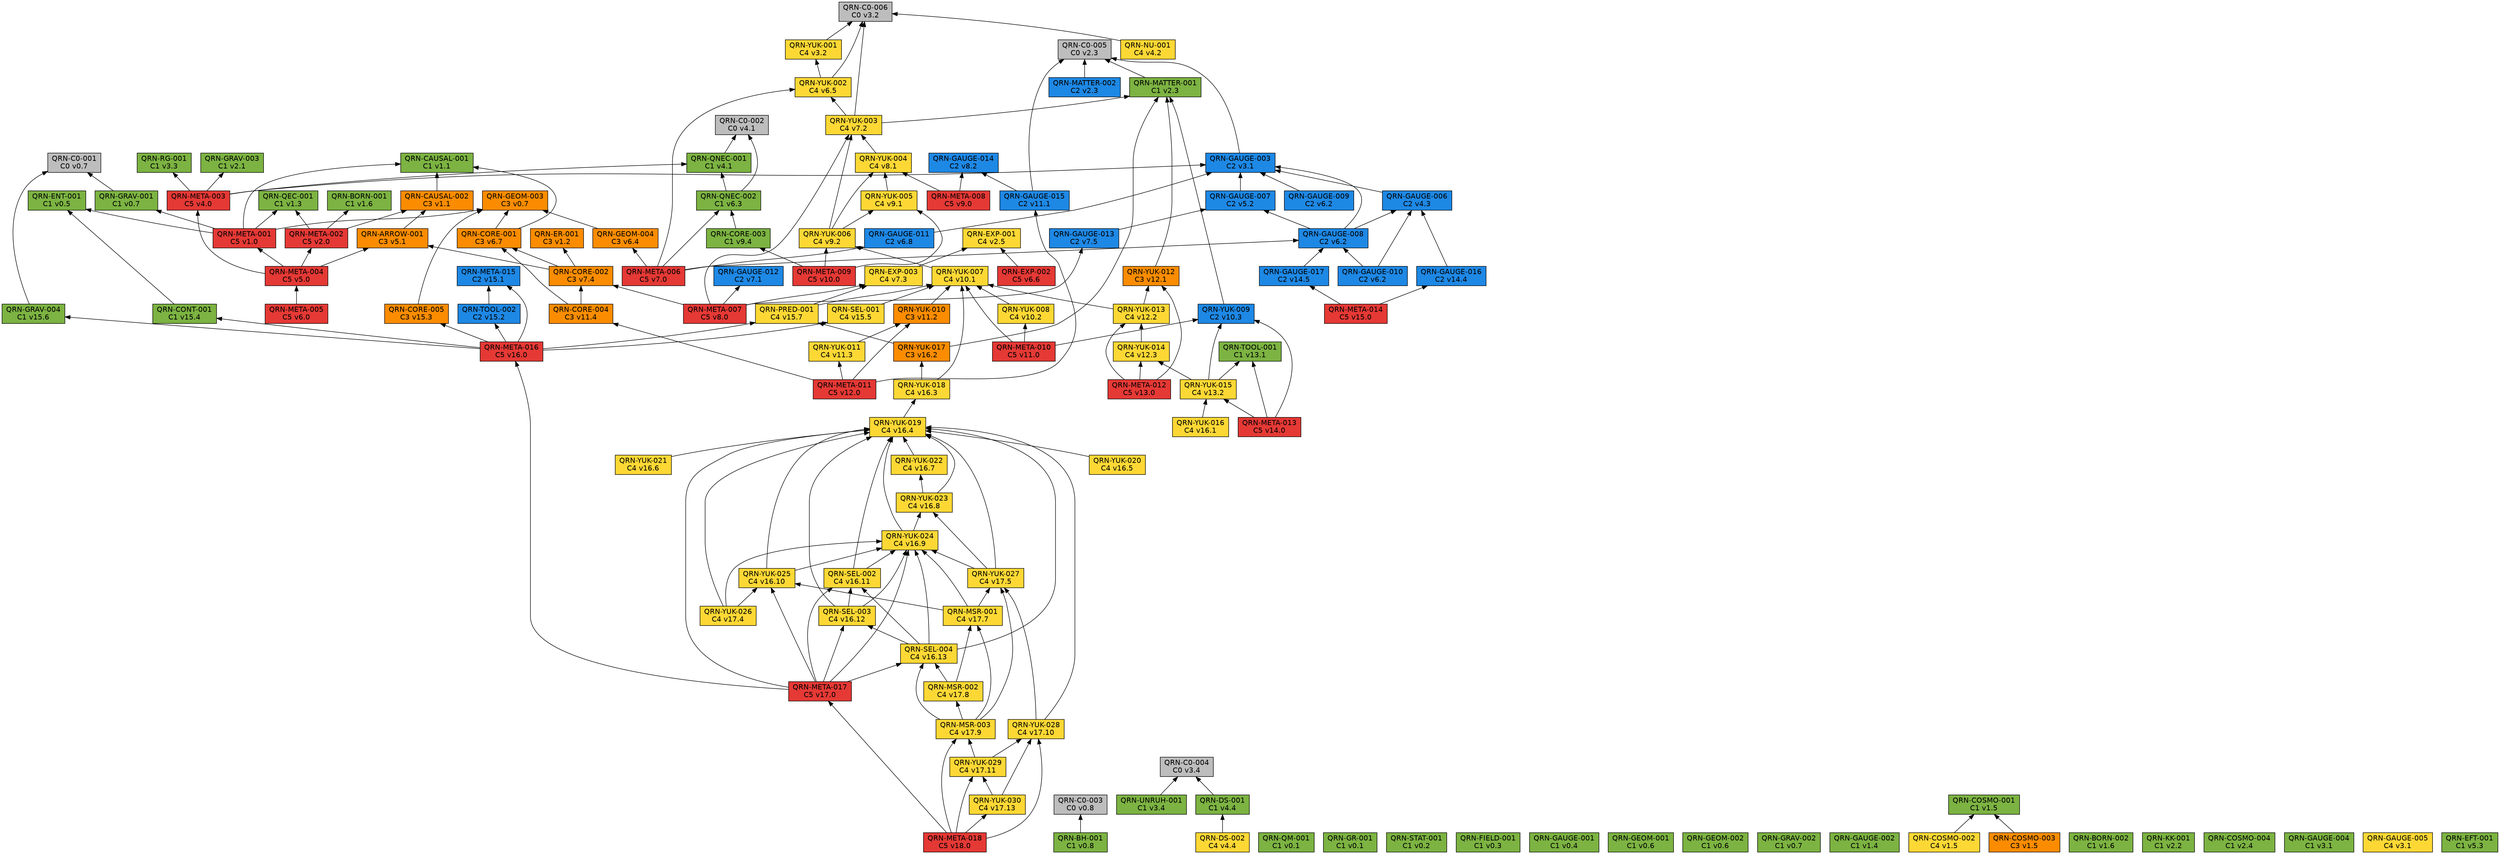
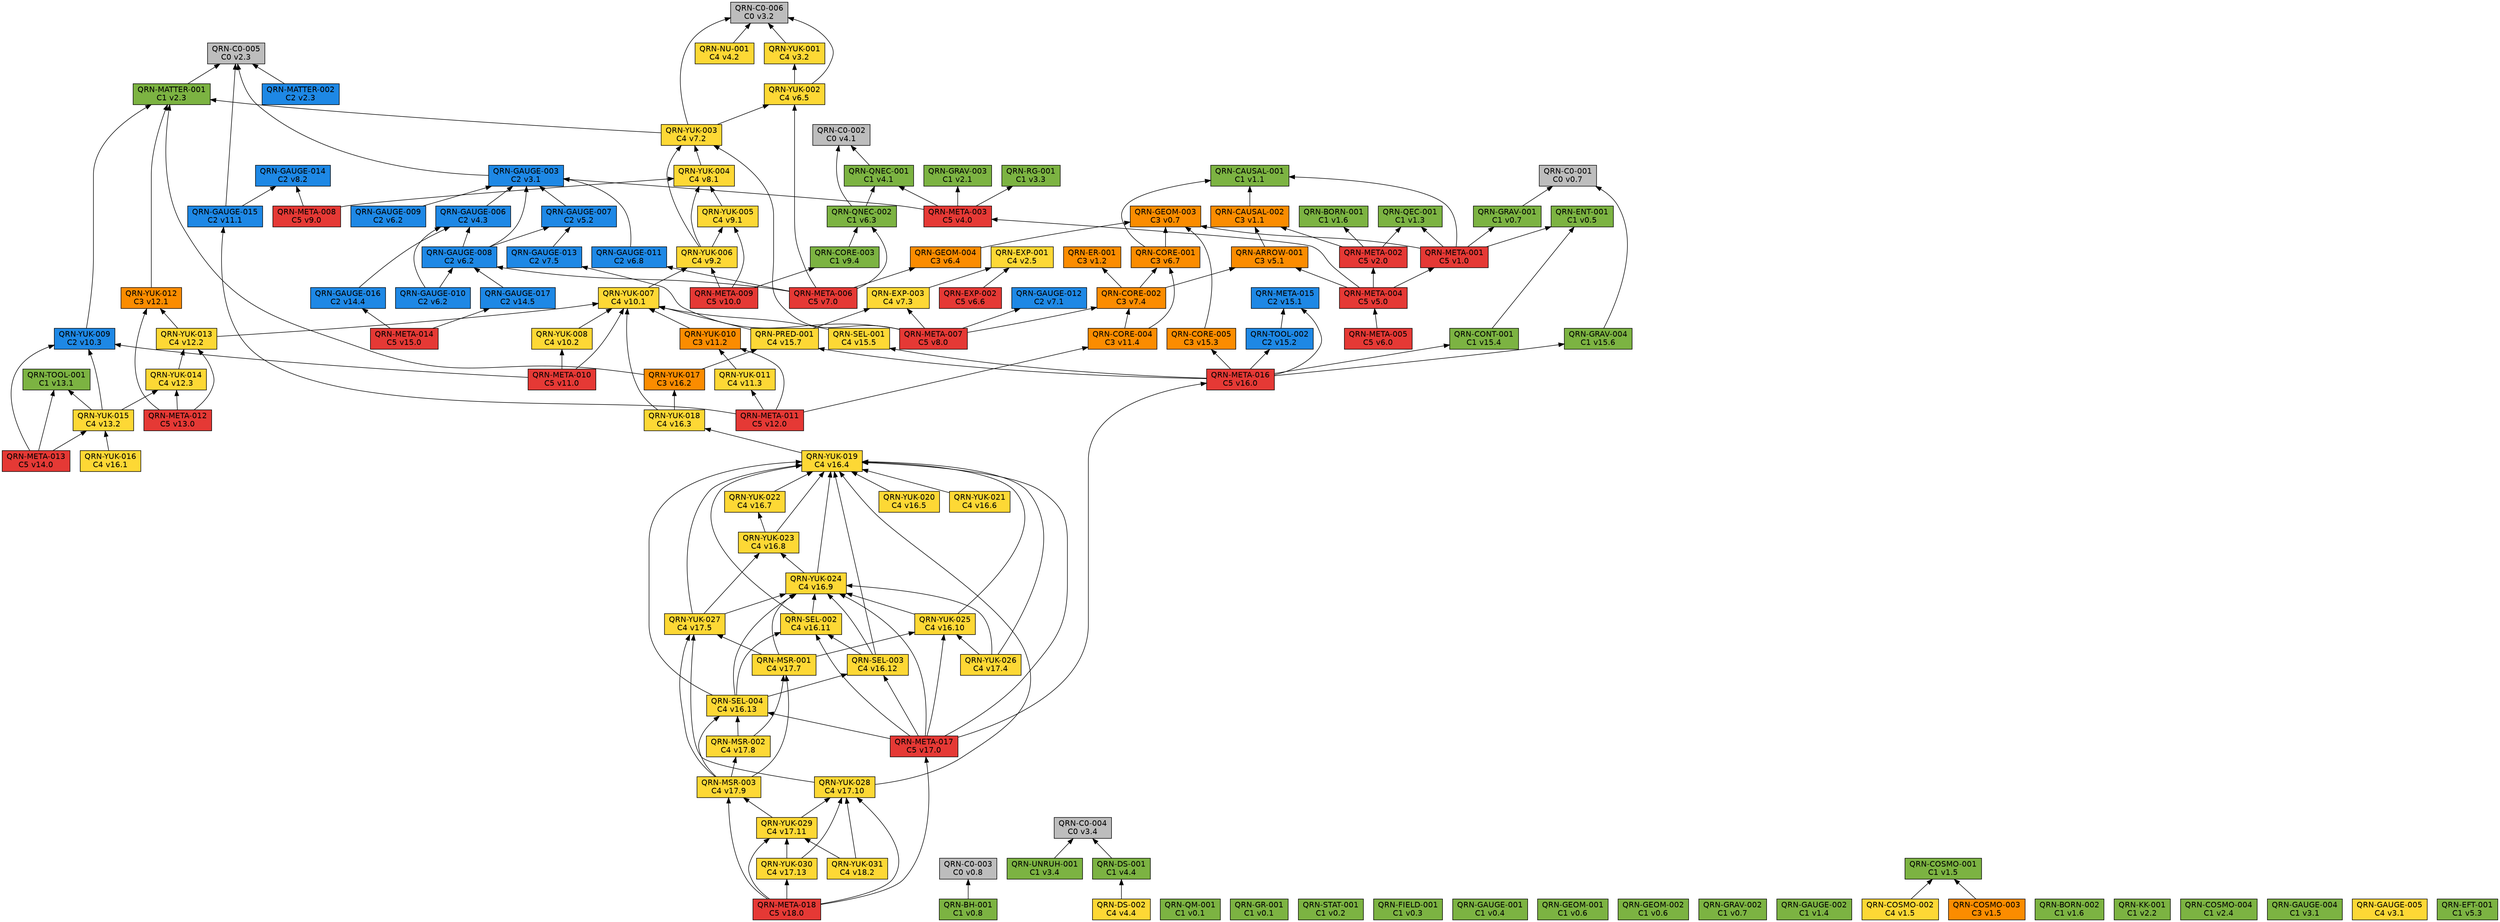
// 自動生成 (dag/report.pl) — QRN 主張依存グラフ
digraph qrn {
  rankdir=BT;
  node [shape=box, style=filled, fontname="Helvetica"];
  "QRN-C0-001" [fillcolor="#bdbdbd", label="QRN-C0-001\nC0 v0.7"];
  "QRN-C0-002" [fillcolor="#bdbdbd", label="QRN-C0-002\nC0 v4.1"];
  "QRN-C0-003" [fillcolor="#bdbdbd", label="QRN-C0-003\nC0 v0.8"];
  "QRN-C0-004" [fillcolor="#bdbdbd", label="QRN-C0-004\nC0 v3.4"];
  "QRN-C0-005" [fillcolor="#bdbdbd", label="QRN-C0-005\nC0 v2.3"];
  "QRN-C0-006" [fillcolor="#bdbdbd", label="QRN-C0-006\nC0 v3.2"];
  "QRN-QM-001" [fillcolor="#7cb342", label="QRN-QM-001\nC1 v0.1"];
  "QRN-GR-001" [fillcolor="#7cb342", label="QRN-GR-001\nC1 v0.1"];
  "QRN-STAT-001" [fillcolor="#7cb342", label="QRN-STAT-001\nC1 v0.2"];
  "QRN-FIELD-001" [fillcolor="#7cb342", label="QRN-FIELD-001\nC1 v0.3"];
  "QRN-GAUGE-001" [fillcolor="#7cb342", label="QRN-GAUGE-001\nC1 v0.4"];
  "QRN-ENT-001" [fillcolor="#7cb342", label="QRN-ENT-001\nC1 v0.5"];
  "QRN-GEOM-001" [fillcolor="#7cb342", label="QRN-GEOM-001\nC1 v0.6"];
  "QRN-GEOM-002" [fillcolor="#7cb342", label="QRN-GEOM-002\nC1 v0.6"];
  "QRN-GEOM-003" [fillcolor="#fb8c00", label="QRN-GEOM-003\nC3 v0.7"];
  "QRN-GRAV-001" [fillcolor="#7cb342", label="QRN-GRAV-001\nC1 v0.7"];
  "QRN-GRAV-002" [fillcolor="#7cb342", label="QRN-GRAV-002\nC1 v0.7"];
  "QRN-BH-001" [fillcolor="#7cb342", label="QRN-BH-001\nC1 v0.8"];
  "QRN-CAUSAL-001" [fillcolor="#7cb342", label="QRN-CAUSAL-001\nC1 v1.1"];
  "QRN-CAUSAL-002" [fillcolor="#fb8c00", label="QRN-CAUSAL-002\nC3 v1.1"];
  "QRN-ER-001" [fillcolor="#fb8c00", label="QRN-ER-001\nC3 v1.2"];
  "QRN-QEC-001" [fillcolor="#7cb342", label="QRN-QEC-001\nC1 v1.3"];
  "QRN-GAUGE-002" [fillcolor="#7cb342", label="QRN-GAUGE-002\nC1 v1.4"];
  "QRN-COSMO-001" [fillcolor="#7cb342", label="QRN-COSMO-001\nC1 v1.5"];
  "QRN-COSMO-002" [fillcolor="#fdd835", label="QRN-COSMO-002\nC4 v1.5"];
  "QRN-COSMO-003" [fillcolor="#fb8c00", label="QRN-COSMO-003\nC3 v1.5"];
  "QRN-BORN-001" [fillcolor="#7cb342", label="QRN-BORN-001\nC1 v1.6"];
  "QRN-BORN-002" [fillcolor="#7cb342", label="QRN-BORN-002\nC1 v1.6"];
  "QRN-GRAV-003" [fillcolor="#7cb342", label="QRN-GRAV-003\nC1 v2.1"];
  "QRN-KK-001" [fillcolor="#7cb342", label="QRN-KK-001\nC1 v2.2"];
  "QRN-MATTER-001" [fillcolor="#7cb342", label="QRN-MATTER-001\nC1 v2.3"];
  "QRN-MATTER-002" [fillcolor="#1e88e5", label="QRN-MATTER-002\nC2 v2.3"];
  "QRN-COSMO-004" [fillcolor="#7cb342", label="QRN-COSMO-004\nC1 v2.4"];
  "QRN-EXP-001" [fillcolor="#fdd835", label="QRN-EXP-001\nC4 v2.5"];
  "QRN-GAUGE-003" [fillcolor="#1e88e5", label="QRN-GAUGE-003\nC2 v3.1"];
  "QRN-GAUGE-004" [fillcolor="#7cb342", label="QRN-GAUGE-004\nC1 v3.1"];
  "QRN-GAUGE-005" [fillcolor="#fdd835", label="QRN-GAUGE-005\nC4 v3.1"];
  "QRN-YUK-001" [fillcolor="#fdd835", label="QRN-YUK-001\nC4 v3.2"];
  "QRN-RG-001" [fillcolor="#7cb342", label="QRN-RG-001\nC1 v3.3"];
  "QRN-UNRUH-001" [fillcolor="#7cb342", label="QRN-UNRUH-001\nC1 v3.4"];
  "QRN-QNEC-001" [fillcolor="#7cb342", label="QRN-QNEC-001\nC1 v4.1"];
  "QRN-NU-001" [fillcolor="#fdd835", label="QRN-NU-001\nC4 v4.2"];
  "QRN-GAUGE-006" [fillcolor="#1e88e5", label="QRN-GAUGE-006\nC2 v4.3"];
  "QRN-DS-001" [fillcolor="#7cb342", label="QRN-DS-001\nC1 v4.4"];
  "QRN-DS-002" [fillcolor="#fdd835", label="QRN-DS-002\nC4 v4.4"];
  "QRN-ARROW-001" [fillcolor="#fb8c00", label="QRN-ARROW-001\nC3 v5.1"];
  "QRN-GAUGE-007" [fillcolor="#1e88e5", label="QRN-GAUGE-007\nC2 v5.2"];
  "QRN-EFT-001" [fillcolor="#7cb342", label="QRN-EFT-001\nC1 v5.3"];
  "QRN-GAUGE-008" [fillcolor="#1e88e5", label="QRN-GAUGE-008\nC2 v6.2"];
  "QRN-GAUGE-009" [fillcolor="#1e88e5", label="QRN-GAUGE-009\nC2 v6.2"];
  "QRN-GAUGE-010" [fillcolor="#1e88e5", label="QRN-GAUGE-010\nC2 v6.2"];
  "QRN-QNEC-002" [fillcolor="#7cb342", label="QRN-QNEC-002\nC1 v6.3"];
  "QRN-GEOM-004" [fillcolor="#fb8c00", label="QRN-GEOM-004\nC3 v6.4"];
  "QRN-YUK-002" [fillcolor="#fdd835", label="QRN-YUK-002\nC4 v6.5"];
  "QRN-EXP-002" [fillcolor="#e53935", label="QRN-EXP-002\nC5 v6.6"];
  "QRN-CORE-001" [fillcolor="#fb8c00", label="QRN-CORE-001\nC3 v6.7"];
  "QRN-GAUGE-011" [fillcolor="#1e88e5", label="QRN-GAUGE-011\nC2 v6.8"];
  "QRN-GAUGE-012" [fillcolor="#1e88e5", label="QRN-GAUGE-012\nC2 v7.1"];
  "QRN-YUK-003" [fillcolor="#fdd835", label="QRN-YUK-003\nC4 v7.2"];
  "QRN-EXP-003" [fillcolor="#fdd835", label="QRN-EXP-003\nC4 v7.3"];
  "QRN-CORE-002" [fillcolor="#fb8c00", label="QRN-CORE-002\nC3 v7.4"];
  "QRN-GAUGE-013" [fillcolor="#1e88e5", label="QRN-GAUGE-013\nC2 v7.5"];
  "QRN-YUK-004" [fillcolor="#fdd835", label="QRN-YUK-004\nC4 v8.1"];
  "QRN-GAUGE-014" [fillcolor="#1e88e5", label="QRN-GAUGE-014\nC2 v8.2"];
  "QRN-META-001" [fillcolor="#e53935", label="QRN-META-001\nC5 v1.0"];
  "QRN-META-002" [fillcolor="#e53935", label="QRN-META-002\nC5 v2.0"];
  "QRN-META-003" [fillcolor="#e53935", label="QRN-META-003\nC5 v4.0"];
  "QRN-META-004" [fillcolor="#e53935", label="QRN-META-004\nC5 v5.0"];
  "QRN-META-005" [fillcolor="#e53935", label="QRN-META-005\nC5 v6.0"];
  "QRN-META-006" [fillcolor="#e53935", label="QRN-META-006\nC5 v7.0"];
  "QRN-META-007" [fillcolor="#e53935", label="QRN-META-007\nC5 v8.0"];
  "QRN-META-008" [fillcolor="#e53935", label="QRN-META-008\nC5 v9.0"];
  "QRN-YUK-005" [fillcolor="#fdd835", label="QRN-YUK-005\nC4 v9.1"];
  "QRN-YUK-006" [fillcolor="#fdd835", label="QRN-YUK-006\nC4 v9.2"];
  "QRN-CORE-003" [fillcolor="#7cb342", label="QRN-CORE-003\nC1 v9.4"];
  "QRN-META-009" [fillcolor="#e53935", label="QRN-META-009\nC5 v10.0"];
  "QRN-YUK-007" [fillcolor="#fdd835", label="QRN-YUK-007\nC4 v10.1"];
  "QRN-YUK-008" [fillcolor="#fdd835", label="QRN-YUK-008\nC4 v10.2"];
  "QRN-YUK-009" [fillcolor="#1e88e5", label="QRN-YUK-009\nC2 v10.3"];
  "QRN-META-010" [fillcolor="#e53935", label="QRN-META-010\nC5 v11.0"];
  "QRN-GAUGE-015" [fillcolor="#1e88e5", label="QRN-GAUGE-015\nC2 v11.1"];
  "QRN-YUK-010" [fillcolor="#fb8c00", label="QRN-YUK-010\nC3 v11.2"];
  "QRN-YUK-011" [fillcolor="#fdd835", label="QRN-YUK-011\nC4 v11.3"];
  "QRN-CORE-004" [fillcolor="#fb8c00", label="QRN-CORE-004\nC3 v11.4"];
  "QRN-META-011" [fillcolor="#e53935", label="QRN-META-011\nC5 v12.0"];
  "QRN-YUK-012" [fillcolor="#fb8c00", label="QRN-YUK-012\nC3 v12.1"];
  "QRN-YUK-013" [fillcolor="#fdd835", label="QRN-YUK-013\nC4 v12.2"];
  "QRN-YUK-014" [fillcolor="#fdd835", label="QRN-YUK-014\nC4 v12.3"];
  "QRN-META-012" [fillcolor="#e53935", label="QRN-META-012\nC5 v13.0"];
  "QRN-TOOL-001" [fillcolor="#7cb342", label="QRN-TOOL-001\nC1 v13.1"];
  "QRN-YUK-015" [fillcolor="#fdd835", label="QRN-YUK-015\nC4 v13.2"];
  "QRN-META-013" [fillcolor="#e53935", label="QRN-META-013\nC5 v14.0"];
  "QRN-GAUGE-016" [fillcolor="#1e88e5", label="QRN-GAUGE-016\nC2 v14.4"];
  "QRN-GAUGE-017" [fillcolor="#1e88e5", label="QRN-GAUGE-017\nC2 v14.5"];
  "QRN-META-014" [fillcolor="#e53935", label="QRN-META-014\nC5 v15.0"];
  "QRN-META-015" [fillcolor="#1e88e5", label="QRN-META-015\nC2 v15.1"];
  "QRN-TOOL-002" [fillcolor="#1e88e5", label="QRN-TOOL-002\nC2 v15.2"];
  "QRN-CORE-005" [fillcolor="#fb8c00", label="QRN-CORE-005\nC3 v15.3"];
  "QRN-CONT-001" [fillcolor="#7cb342", label="QRN-CONT-001\nC1 v15.4"];
  "QRN-SEL-001" [fillcolor="#fdd835", label="QRN-SEL-001\nC4 v15.5"];
  "QRN-GRAV-004" [fillcolor="#7cb342", label="QRN-GRAV-004\nC1 v15.6"];
  "QRN-PRED-001" [fillcolor="#fdd835", label="QRN-PRED-001\nC4 v15.7"];
  "QRN-META-016" [fillcolor="#e53935", label="QRN-META-016\nC5 v16.0"];
  "QRN-YUK-016" [fillcolor="#fdd835", label="QRN-YUK-016\nC4 v16.1"];
  "QRN-YUK-017" [fillcolor="#fb8c00", label="QRN-YUK-017\nC3 v16.2"];
  "QRN-YUK-018" [fillcolor="#fdd835", label="QRN-YUK-018\nC4 v16.3"];
  "QRN-YUK-019" [fillcolor="#fdd835", label="QRN-YUK-019\nC4 v16.4"];
  "QRN-YUK-020" [fillcolor="#fdd835", label="QRN-YUK-020\nC4 v16.5"];
  "QRN-YUK-021" [fillcolor="#fdd835", label="QRN-YUK-021\nC4 v16.6"];
  "QRN-YUK-022" [fillcolor="#fdd835", label="QRN-YUK-022\nC4 v16.7"];
  "QRN-YUK-023" [fillcolor="#fdd835", label="QRN-YUK-023\nC4 v16.8"];
  "QRN-YUK-024" [fillcolor="#fdd835", label="QRN-YUK-024\nC4 v16.9"];
  "QRN-YUK-025" [fillcolor="#fdd835", label="QRN-YUK-025\nC4 v16.10"];
  "QRN-SEL-002" [fillcolor="#fdd835", label="QRN-SEL-002\nC4 v16.11"];
  "QRN-SEL-003" [fillcolor="#fdd835", label="QRN-SEL-003\nC4 v16.12"];
  "QRN-SEL-004" [fillcolor="#fdd835", label="QRN-SEL-004\nC4 v16.13"];
  "QRN-META-017" [fillcolor="#e53935", label="QRN-META-017\nC5 v17.0"];
  "QRN-YUK-026" [fillcolor="#fdd835", label="QRN-YUK-026\nC4 v17.4"];
  "QRN-YUK-027" [fillcolor="#fdd835", label="QRN-YUK-027\nC4 v17.5"];
  "QRN-MSR-001" [fillcolor="#fdd835", label="QRN-MSR-001\nC4 v17.7"];
  "QRN-MSR-002" [fillcolor="#fdd835", label="QRN-MSR-002\nC4 v17.8"];
  "QRN-MSR-003" [fillcolor="#fdd835", label="QRN-MSR-003\nC4 v17.9"];
  "QRN-YUK-028" [fillcolor="#fdd835", label="QRN-YUK-028\nC4 v17.10"];
  "QRN-YUK-029" [fillcolor="#fdd835", label="QRN-YUK-029\nC4 v17.11"];
  "QRN-YUK-030" [fillcolor="#fdd835", label="QRN-YUK-030\nC4 v17.13"];
  "QRN-META-018" [fillcolor="#e53935", label="QRN-META-018\nC5 v18.0"];
+   "QRN-YUK-031" [fillcolor="#fdd835", label="QRN-YUK-031\nC4 v18.2"];
  "QRN-GRAV-001" -> "QRN-C0-001";
  "QRN-BH-001" -> "QRN-C0-003";
  "QRN-CAUSAL-002" -> "QRN-CAUSAL-001";
  "QRN-COSMO-002" -> "QRN-COSMO-001";
  "QRN-COSMO-003" -> "QRN-COSMO-001";
  "QRN-MATTER-001" -> "QRN-C0-005";
  "QRN-MATTER-002" -> "QRN-C0-005";
  "QRN-GAUGE-003" -> "QRN-C0-005";
  "QRN-YUK-001" -> "QRN-C0-006";
  "QRN-UNRUH-001" -> "QRN-C0-004";
  "QRN-QNEC-001" -> "QRN-C0-002";
  "QRN-NU-001" -> "QRN-C0-006";
  "QRN-GAUGE-006" -> "QRN-GAUGE-003";
  "QRN-DS-001" -> "QRN-C0-004";
  "QRN-DS-002" -> "QRN-DS-001";
  "QRN-ARROW-001" -> "QRN-CAUSAL-002";
  "QRN-GAUGE-007" -> "QRN-GAUGE-003";
  "QRN-GAUGE-008" -> "QRN-GAUGE-003";
  "QRN-GAUGE-008" -> "QRN-GAUGE-006";
  "QRN-GAUGE-008" -> "QRN-GAUGE-007";
  "QRN-GAUGE-009" -> "QRN-GAUGE-003";
  "QRN-GAUGE-010" -> "QRN-GAUGE-006";
  "QRN-GAUGE-010" -> "QRN-GAUGE-008";
  "QRN-QNEC-002" -> "QRN-C0-002";
  "QRN-QNEC-002" -> "QRN-QNEC-001";
  "QRN-GEOM-004" -> "QRN-GEOM-003";
  "QRN-YUK-002" -> "QRN-C0-006";
  "QRN-YUK-002" -> "QRN-YUK-001";
  "QRN-EXP-002" -> "QRN-EXP-001";
  "QRN-CORE-001" -> "QRN-GEOM-003";
  "QRN-CORE-001" -> "QRN-CAUSAL-001";
  "QRN-GAUGE-011" -> "QRN-GAUGE-003";
  "QRN-YUK-003" -> "QRN-C0-006";
  "QRN-YUK-003" -> "QRN-MATTER-001";
  "QRN-YUK-003" -> "QRN-YUK-002";
  "QRN-EXP-003" -> "QRN-EXP-001";
  "QRN-CORE-002" -> "QRN-CORE-001";
  "QRN-CORE-002" -> "QRN-ER-001";
  "QRN-CORE-002" -> "QRN-ARROW-001";
  "QRN-GAUGE-013" -> "QRN-GAUGE-007";
  "QRN-YUK-004" -> "QRN-YUK-003";
  "QRN-META-001" -> "QRN-GEOM-003";
  "QRN-META-001" -> "QRN-GRAV-001";
  "QRN-META-001" -> "QRN-CAUSAL-001";
  "QRN-META-001" -> "QRN-QEC-001";
  "QRN-META-001" -> "QRN-ENT-001";
  "QRN-META-002" -> "QRN-QEC-001";
  "QRN-META-002" -> "QRN-BORN-001";
  "QRN-META-002" -> "QRN-CAUSAL-002";
  "QRN-META-003" -> "QRN-GAUGE-003";
  "QRN-META-003" -> "QRN-RG-001";
  "QRN-META-003" -> "QRN-QNEC-001";
  "QRN-META-003" -> "QRN-GRAV-003";
  "QRN-META-004" -> "QRN-META-001";
  "QRN-META-004" -> "QRN-META-002";
  "QRN-META-004" -> "QRN-META-003";
  "QRN-META-004" -> "QRN-ARROW-001";
  "QRN-META-005" -> "QRN-META-004";
  "QRN-META-006" -> "QRN-GAUGE-008";
  "QRN-META-006" -> "QRN-QNEC-002";
  "QRN-META-006" -> "QRN-GEOM-004";
  "QRN-META-006" -> "QRN-YUK-002";
  "QRN-META-006" -> "QRN-GAUGE-011";
  "QRN-META-007" -> "QRN-GAUGE-012";
  "QRN-META-007" -> "QRN-YUK-003";
  "QRN-META-007" -> "QRN-EXP-003";
  "QRN-META-007" -> "QRN-CORE-002";
  "QRN-META-007" -> "QRN-GAUGE-013";
  "QRN-META-008" -> "QRN-YUK-004";
  "QRN-META-008" -> "QRN-GAUGE-014";
  "QRN-YUK-005" -> "QRN-YUK-004";
  "QRN-YUK-006" -> "QRN-YUK-003";
  "QRN-YUK-006" -> "QRN-YUK-004";
  "QRN-YUK-006" -> "QRN-YUK-005";
  "QRN-CORE-003" -> "QRN-QNEC-002";
  "QRN-META-009" -> "QRN-YUK-005";
  "QRN-META-009" -> "QRN-YUK-006";
  "QRN-META-009" -> "QRN-CORE-003";
  "QRN-YUK-007" -> "QRN-YUK-006";
  "QRN-YUK-008" -> "QRN-YUK-007";
  "QRN-YUK-009" -> "QRN-MATTER-001";
  "QRN-META-010" -> "QRN-YUK-007";
  "QRN-META-010" -> "QRN-YUK-008";
  "QRN-META-010" -> "QRN-YUK-009";
  "QRN-GAUGE-015" -> "QRN-C0-005";
  "QRN-GAUGE-015" -> "QRN-GAUGE-014";
  "QRN-YUK-010" -> "QRN-YUK-007";
  "QRN-YUK-011" -> "QRN-YUK-010";
  "QRN-CORE-004" -> "QRN-CORE-001";
  "QRN-CORE-004" -> "QRN-CORE-002";
  "QRN-META-011" -> "QRN-GAUGE-015";
  "QRN-META-011" -> "QRN-YUK-010";
  "QRN-META-011" -> "QRN-YUK-011";
  "QRN-META-011" -> "QRN-CORE-004";
  "QRN-YUK-012" -> "QRN-MATTER-001";
  "QRN-YUK-013" -> "QRN-YUK-012";
  "QRN-YUK-013" -> "QRN-YUK-007";
  "QRN-YUK-014" -> "QRN-YUK-013";
  "QRN-META-012" -> "QRN-YUK-012";
  "QRN-META-012" -> "QRN-YUK-013";
  "QRN-META-012" -> "QRN-YUK-014";
  "QRN-YUK-015" -> "QRN-YUK-014";
  "QRN-YUK-015" -> "QRN-TOOL-001";
  "QRN-YUK-015" -> "QRN-YUK-009";
  "QRN-META-013" -> "QRN-YUK-015";
  "QRN-META-013" -> "QRN-TOOL-001";
  "QRN-META-013" -> "QRN-YUK-009";
  "QRN-GAUGE-016" -> "QRN-GAUGE-006";
  "QRN-GAUGE-017" -> "QRN-GAUGE-008";
  "QRN-META-014" -> "QRN-GAUGE-016";
  "QRN-META-014" -> "QRN-GAUGE-017";
  "QRN-TOOL-002" -> "QRN-META-015";
  "QRN-CORE-005" -> "QRN-GEOM-003";
  "QRN-CONT-001" -> "QRN-ENT-001";
  "QRN-SEL-001" -> "QRN-YUK-007";
  "QRN-GRAV-004" -> "QRN-C0-001";
  "QRN-PRED-001" -> "QRN-YUK-007";
  "QRN-PRED-001" -> "QRN-EXP-003";
  "QRN-META-016" -> "QRN-META-015";
  "QRN-META-016" -> "QRN-TOOL-002";
  "QRN-META-016" -> "QRN-CORE-005";
  "QRN-META-016" -> "QRN-CONT-001";
  "QRN-META-016" -> "QRN-SEL-001";
  "QRN-META-016" -> "QRN-GRAV-004";
  "QRN-META-016" -> "QRN-PRED-001";
  "QRN-YUK-016" -> "QRN-YUK-015";
  "QRN-YUK-017" -> "QRN-MATTER-001";
  "QRN-YUK-017" -> "QRN-PRED-001";
  "QRN-YUK-018" -> "QRN-YUK-017";
  "QRN-YUK-018" -> "QRN-YUK-007";
  "QRN-YUK-019" -> "QRN-YUK-018";
  "QRN-YUK-020" -> "QRN-YUK-019";
  "QRN-YUK-021" -> "QRN-YUK-019";
  "QRN-YUK-022" -> "QRN-YUK-019";
  "QRN-YUK-023" -> "QRN-YUK-019";
  "QRN-YUK-023" -> "QRN-YUK-022";
  "QRN-YUK-024" -> "QRN-YUK-019";
  "QRN-YUK-024" -> "QRN-YUK-023";
  "QRN-YUK-025" -> "QRN-YUK-019";
  "QRN-YUK-025" -> "QRN-YUK-024";
  "QRN-SEL-002" -> "QRN-YUK-019";
  "QRN-SEL-002" -> "QRN-YUK-024";
  "QRN-SEL-003" -> "QRN-YUK-019";
  "QRN-SEL-003" -> "QRN-YUK-024";
  "QRN-SEL-003" -> "QRN-SEL-002";
  "QRN-SEL-004" -> "QRN-YUK-019";
  "QRN-SEL-004" -> "QRN-YUK-024";
  "QRN-SEL-004" -> "QRN-SEL-002";
  "QRN-SEL-004" -> "QRN-SEL-003";
  "QRN-META-017" -> "QRN-META-016";
  "QRN-META-017" -> "QRN-YUK-019";
  "QRN-META-017" -> "QRN-YUK-024";
  "QRN-META-017" -> "QRN-YUK-025";
  "QRN-META-017" -> "QRN-SEL-002";
  "QRN-META-017" -> "QRN-SEL-003";
  "QRN-META-017" -> "QRN-SEL-004";
  "QRN-YUK-026" -> "QRN-YUK-019";
  "QRN-YUK-026" -> "QRN-YUK-024";
  "QRN-YUK-026" -> "QRN-YUK-025";
  "QRN-YUK-027" -> "QRN-YUK-019";
  "QRN-YUK-027" -> "QRN-YUK-023";
  "QRN-YUK-027" -> "QRN-YUK-024";
  "QRN-MSR-001" -> "QRN-YUK-024";
  "QRN-MSR-001" -> "QRN-YUK-025";
  "QRN-MSR-001" -> "QRN-YUK-027";
  "QRN-MSR-002" -> "QRN-SEL-004";
  "QRN-MSR-002" -> "QRN-MSR-001";
  "QRN-MSR-003" -> "QRN-MSR-001";
  "QRN-MSR-003" -> "QRN-MSR-002";
  "QRN-MSR-003" -> "QRN-SEL-004";
  "QRN-MSR-003" -> "QRN-YUK-027";
  "QRN-YUK-028" -> "QRN-YUK-019";
  "QRN-YUK-028" -> "QRN-YUK-027";
  "QRN-YUK-029" -> "QRN-YUK-028";
  "QRN-YUK-029" -> "QRN-MSR-003";
  "QRN-YUK-030" -> "QRN-YUK-028";
  "QRN-YUK-030" -> "QRN-YUK-029";
  "QRN-META-018" -> "QRN-META-017";
  "QRN-META-018" -> "QRN-MSR-003";
  "QRN-META-018" -> "QRN-YUK-028";
  "QRN-META-018" -> "QRN-YUK-029";
  "QRN-META-018" -> "QRN-YUK-030";
+   "QRN-YUK-031" -> "QRN-YUK-028";
+   "QRN-YUK-031" -> "QRN-YUK-029";
}
